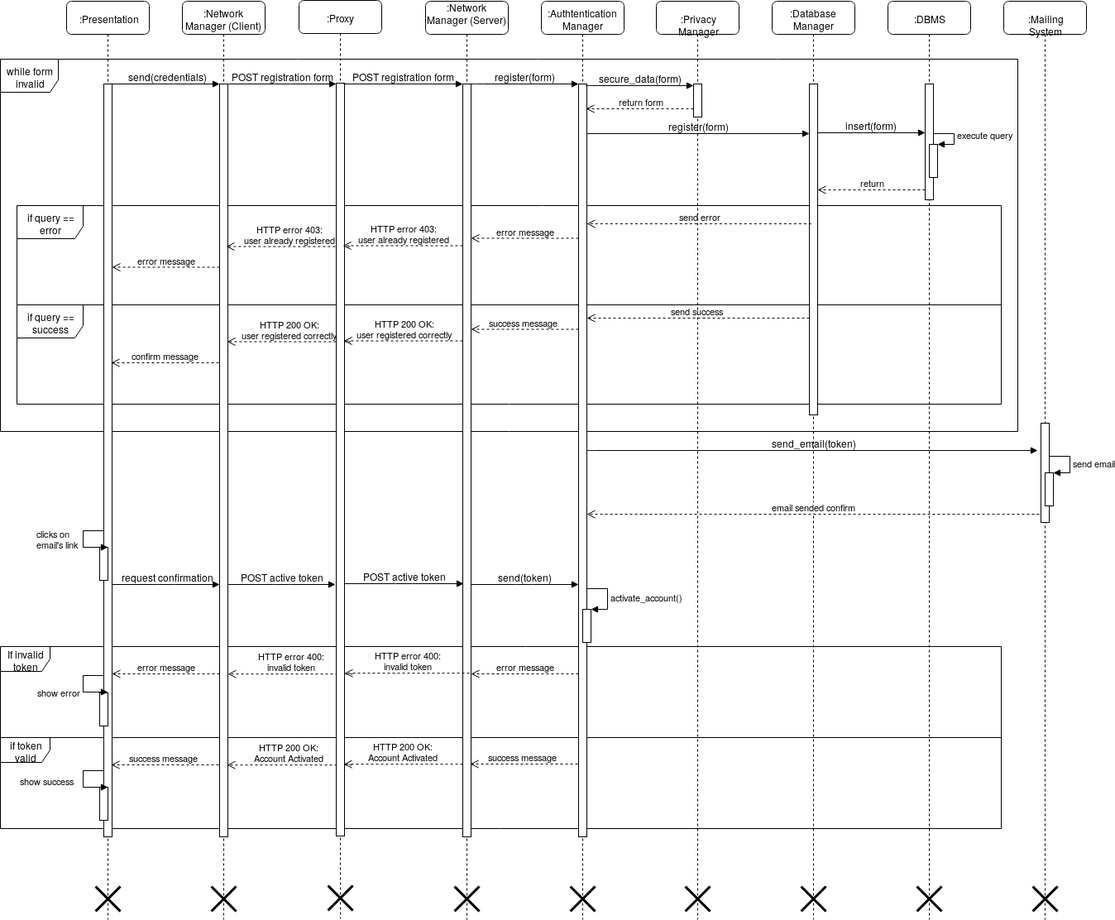
dariomiceli3/SafeStreet keeps this draw.io diagram as DD/img/sequence_diagrams/registration_sequence.png. Above is the earlier version. Source tidied: cells renumbered, new cells last; positions are measured from the earlier drawing's top-left corner, leaving out a move shared by most shapes.
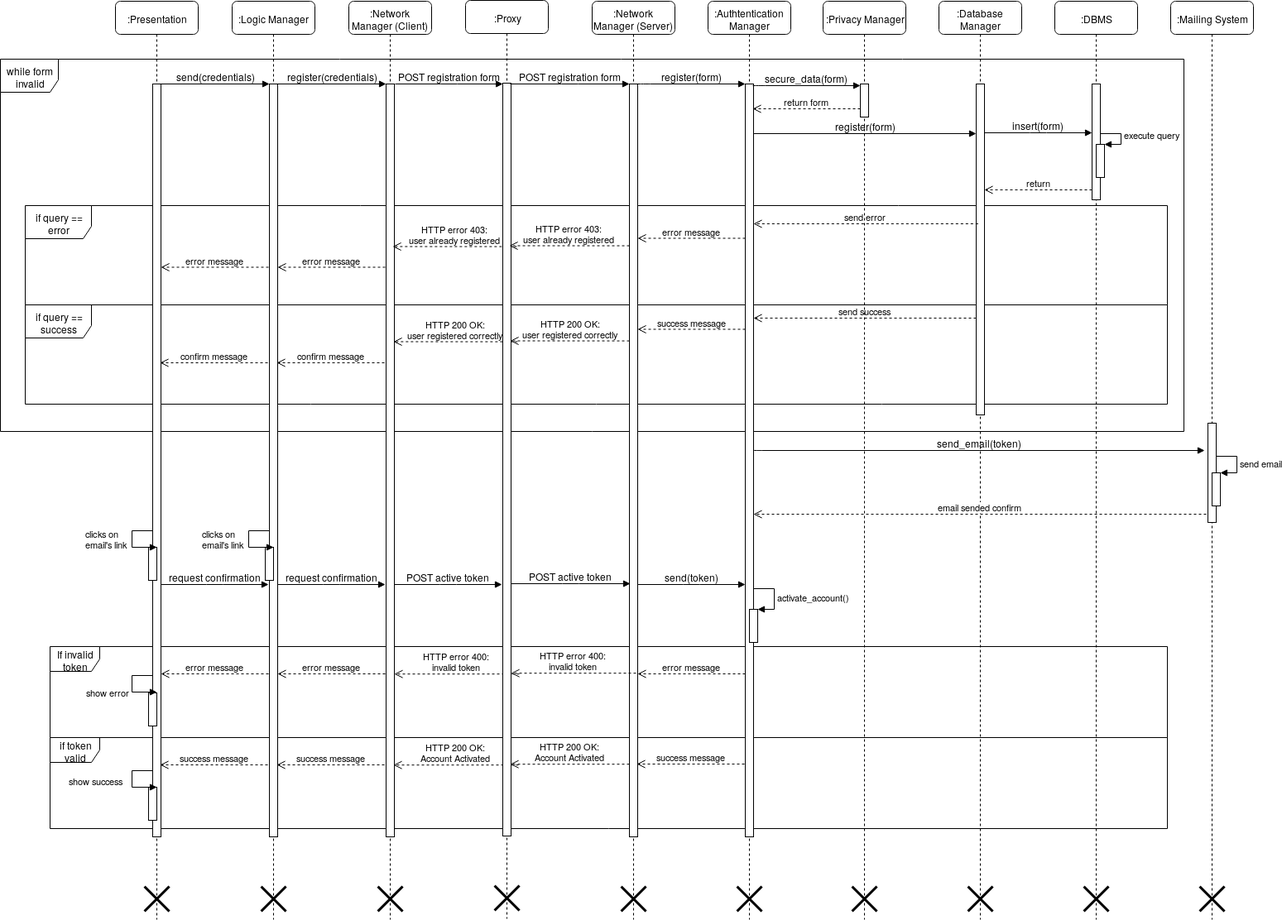
Above is the later version.

The edit, as a diff of the source:
```diff
@@ -3,19 +3,19 @@
     <mxCell id="0" />
     <mxCell id="1" parent="0" />
     <mxCell id="2" value="while form invalid" style="shape=umlFrame;whiteSpace=wrap;html=1;width=70;height=40;fontFamily=Helvetica;" parent="1" vertex="1">
-      <mxGeometry y="71" width="1230" height="450" as="geometry" />
+      <mxGeometry x="-201" y="71" width="1430" height="450" as="geometry" />
     </mxCell>
     <mxCell id="3" value="if query == error" style="shape=umlFrame;whiteSpace=wrap;html=1;width=80;height=40;fontFamily=Helvetica;" parent="1" vertex="1">
-      <mxGeometry x="20" y="248" width="1190" height="120" as="geometry" />
+      <mxGeometry x="-171" y="248" width="1380" height="120" as="geometry" />
     </mxCell>
     <mxCell id="4" value="if query == success" style="shape=umlFrame;whiteSpace=wrap;html=1;width=80;height=40;fontFamily=Helvetica;" parent="1" vertex="1">
-      <mxGeometry x="20" y="368" width="1190" height="120" as="geometry" />
+      <mxGeometry x="-171" y="368" width="1380" height="120" as="geometry" />
     </mxCell>
     <mxCell id="5" value="If invalid token" style="shape=umlFrame;whiteSpace=wrap;html=1;fontFamily=Helvetica;" parent="1" vertex="1">
-      <mxGeometry y="781" width="1210" height="110" as="geometry" />
+      <mxGeometry x="-141" y="781" width="1350" height="110" as="geometry" />
     </mxCell>
     <mxCell id="6" value="if token valid" style="shape=umlFrame;whiteSpace=wrap;html=1;fontFamily=Helvetica;" parent="1" vertex="1">
-      <mxGeometry y="891" width="1210" height="110" as="geometry" />
+      <mxGeometry x="-141" y="891" width="1350" height="110" as="geometry" />
     </mxCell>
     <mxCell id="7" value=":Network Manager (Client)" style="shape=umlLifeline;perimeter=lifelinePerimeter;whiteSpace=wrap;html=1;rounded=1;shadow=0;comic=0;labelBackgroundColor=none;strokeWidth=1;fontFamily=Helvetica;fontSize=12;align=center;" parent="1" vertex="1">
       <mxGeometry x="220" y="1" width="100" height="1110" as="geometry" />
@@ -72,8 +72,8 @@
     <mxCell id="22" style="shape=umlDestroy;whiteSpace=wrap;html=1;strokeWidth=3;fontFamily=Helvetica;" parent="21" vertex="1">
       <mxGeometry x="35" y="1070" width="30" height="30" as="geometry" />
     </mxCell>
-    <mxCell id="23" value="&lt;div&gt;:Presentation&lt;/div&gt;" style="shape=umlLifeline;perimeter=lifelinePerimeter;whiteSpace=wrap;html=1;rounded=1;shadow=0;comic=0;labelBackgroundColor=none;strokeWidth=1;fontFamily=Helvetica;fontSize=12;align=center;" parent="1" vertex="1">
-      <mxGeometry x="80" y="1" width="100" height="1110" as="geometry" />
+    <mxCell id="23" value="&lt;div&gt;:Logic Manager&lt;br&gt;&lt;/div&gt;" style="shape=umlLifeline;perimeter=lifelinePerimeter;whiteSpace=wrap;html=1;rounded=1;shadow=0;comic=0;labelBackgroundColor=none;strokeWidth=1;fontFamily=Helvetica;fontSize=12;align=center;" parent="1" vertex="1">
+      <mxGeometry x="79" y="1" width="100" height="1110" as="geometry" />
     </mxCell>
     <mxCell id="24" style="html=1;points=[];perimeter=orthogonalPerimeter;rounded=0;shadow=0;comic=0;labelBackgroundColor=none;strokeWidth=1;fontFamily=Helvetica;fontSize=12;align=center;" parent="23" vertex="1">
       <mxGeometry x="45" y="100" width="10" height="910" as="geometry" />
@@ -81,18 +81,6 @@
     <mxCell id="25" style="shape=umlDestroy;whiteSpace=wrap;html=1;strokeWidth=3;fontFamily=Helvetica;" parent="23" vertex="1">
       <mxGeometry x="35" y="1070" width="30" height="30" as="geometry" />
     </mxCell>
-    <mxCell id="26" style="html=1;points=[];perimeter=orthogonalPerimeter;fontFamily=Helvetica;" parent="23" vertex="1">
-      <mxGeometry x="40" y="950" width="10" height="40" as="geometry" />
-    </mxCell>
-    <mxCell id="27" value="&lt;div&gt;show success&lt;/div&gt;" style="edgeStyle=orthogonalEdgeStyle;html=1;align=left;spacingLeft=2;endArrow=block;rounded=0;entryX=1;entryY=0;fontFamily=Helvetica;" parent="23" edge="1" target="26">
-      <mxGeometry x="-0.03" y="-80" relative="1" as="geometry">
-        <mxPoint x="45" y="930" as="sourcePoint" />
-        <Array as="points">
-          <mxPoint x="20" y="929.5" />
-          <mxPoint x="20" y="949.5" />
-        </Array>
-      </mxGeometry>
-    </mxCell>
     <mxCell id="28" style="html=1;points=[];perimeter=orthogonalPerimeter;rounded=0;shadow=0;comic=0;labelBackgroundColor=none;strokeWidth=1;fontFamily=Helvetica;fontSize=12;align=center;" parent="1" vertex="1">
       <mxGeometry x="699" y="101" width="10" height="910" as="geometry" />
     </mxCell>
@@ -117,7 +105,7 @@
     <mxCell id="32" style="html=1;points=[];perimeter=orthogonalPerimeter;rounded=0;shadow=0;comic=0;labelBackgroundColor=none;strokeColor=#000000;strokeWidth=1;fillColor=#FFFFFF;fontFamily=Helvetica;fontSize=12;fontColor=#000000;align=center;" parent="1" vertex="1">
       <mxGeometry x="1258" y="511" width="10" height="120" as="geometry" />
     </mxCell>
-    <mxCell id="33" value="send(credentials)" style="html=1;verticalAlign=bottom;endArrow=block;entryX=0;entryY=0;labelBackgroundColor=none;fontFamily=Helvetica;fontSize=12;edgeStyle=elbowEdgeStyle;elbow=vertical;" parent="1" edge="1" source="24" target="8">
+    <mxCell id="33" value="register(credentials)" style="html=1;verticalAlign=bottom;endArrow=block;entryX=0;entryY=0;labelBackgroundColor=none;fontFamily=Helvetica;fontSize=12;edgeStyle=elbowEdgeStyle;elbow=vertical;" parent="1" edge="1" source="24" target="8">
       <mxGeometry relative="1" as="geometry" />
     </mxCell>
     <mxCell id="34" value="&lt;div&gt;POST registration form&lt;/div&gt;" style="html=1;verticalAlign=bottom;endArrow=block;entryX=-0.294;entryY=0.002;labelBackgroundColor=none;fontFamily=Helvetica;fontSize=12;edgeStyle=elbowEdgeStyle;elbow=vertical;entryDx=0;entryDy=0;entryPerimeter=0;" parent="1" edge="1">
@@ -138,8 +126,9 @@
         <mxPoint x="988" y="229" as="targetPoint" />
       </mxGeometry>
     </mxCell>
-    <mxCell id="37" value="send error" style="html=1;verticalAlign=bottom;endArrow=open;dashed=1;endSize=8;exitX=0.807;exitY=0.183;exitDx=0;exitDy=0;exitPerimeter=0;fontFamily=Helvetica;" parent="1" edge="1" source="3">
+    <mxCell id="37" value="send error" style="html=1;verticalAlign=bottom;endArrow=open;dashed=1;endSize=8;exitX=0.807;exitY=0.183;exitDx=0;exitDy=0;exitPerimeter=0;fontFamily=Helvetica;" parent="1" edge="1">
       <mxGeometry relative="1" as="geometry">
+        <mxPoint x="980.3" y="270" as="sourcePoint" />
         <mxPoint x="709" y="270" as="targetPoint" />
       </mxGeometry>
     </mxCell>
@@ -157,8 +146,8 @@
     </mxCell>
     <mxCell id="40" value="error message" style="html=1;verticalAlign=bottom;endArrow=open;dashed=1;endSize=8;fontFamily=Helvetica;" parent="1" edge="1">
       <mxGeometry relative="1" as="geometry">
-        <mxPoint x="265" y="322.5" as="sourcePoint" />
-        <mxPoint x="135" y="322.5" as="targetPoint" />
+        <mxPoint x="264" y="322.5" as="sourcePoint" />
+        <mxPoint x="134" y="322.5" as="targetPoint" />
       </mxGeometry>
     </mxCell>
     <mxCell id="41" value="&lt;div&gt;HTTP 200 OK:&lt;/div&gt;&lt;div&gt;user registered correctly&lt;br&gt;&lt;/div&gt;" style="html=1;verticalAlign=bottom;endArrow=open;dashed=1;endSize=8;exitX=0.392;exitY=0.413;exitDx=0;exitDy=0;exitPerimeter=0;fontFamily=Helvetica;" parent="1" edge="1">
@@ -181,8 +170,8 @@
     </mxCell>
     <mxCell id="44" value="confirm message" style="html=1;verticalAlign=bottom;endArrow=open;dashed=1;endSize=8;fontFamily=Helvetica;" parent="1" edge="1">
       <mxGeometry relative="1" as="geometry">
-        <mxPoint x="264" y="438" as="sourcePoint" />
-        <mxPoint x="134" y="438" as="targetPoint" />
+        <mxPoint x="263" y="438" as="sourcePoint" />
+        <mxPoint x="133" y="438" as="targetPoint" />
       </mxGeometry>
     </mxCell>
     <mxCell id="45" style="html=1;points=[];perimeter=orthogonalPerimeter;fontFamily=Helvetica;" parent="1" vertex="1">
@@ -206,22 +195,22 @@
       <mxGeometry relative="1" as="geometry" />
     </mxCell>
     <mxCell id="49" style="html=1;points=[];perimeter=orthogonalPerimeter;fontFamily=Helvetica;" parent="1" vertex="1">
-      <mxGeometry x="120" y="661" width="10" height="40" as="geometry" />
+      <mxGeometry x="119" y="661" width="10" height="40" as="geometry" />
     </mxCell>
     <mxCell id="50" value="&lt;div&gt;clicks on &lt;br&gt;&lt;/div&gt;&lt;div&gt;email's link&lt;br&gt;&lt;/div&gt;" style="edgeStyle=orthogonalEdgeStyle;html=1;align=left;spacingLeft=2;endArrow=block;rounded=0;entryX=1;entryY=0;fontFamily=Helvetica;" parent="1" edge="1" target="49">
       <mxGeometry x="0.2" y="61" relative="1" as="geometry">
-        <mxPoint x="125" y="641" as="sourcePoint" />
+        <mxPoint x="124" y="641" as="sourcePoint" />
         <Array as="points">
-          <mxPoint x="100" y="640.5" />
-          <mxPoint x="100" y="660.5" />
+          <mxPoint x="99" y="640.5" />
+          <mxPoint x="99" y="660.5" />
         </Array>
         <mxPoint x="-60" y="51" as="offset" />
       </mxGeometry>
     </mxCell>
     <mxCell id="51" value="request confirmation" style="html=1;verticalAlign=bottom;endArrow=block;entryX=0;entryY=0;labelBackgroundColor=none;fontFamily=Helvetica;fontSize=12;edgeStyle=elbowEdgeStyle;elbow=vertical;" parent="1" edge="1">
       <mxGeometry relative="1" as="geometry">
-        <mxPoint x="135" y="706" as="sourcePoint" />
-        <mxPoint x="265" y="706" as="targetPoint" />
+        <mxPoint x="134" y="706" as="sourcePoint" />
+        <mxPoint x="264" y="706" as="targetPoint" />
       </mxGeometry>
     </mxCell>
     <mxCell id="52" value="POST active token" style="html=1;verticalAlign=bottom;endArrow=block;labelBackgroundColor=none;fontFamily=Helvetica;fontSize=12;edgeStyle=elbowEdgeStyle;elbow=vertical;" parent="1" edge="1">
@@ -250,8 +239,8 @@
     </mxCell>
     <mxCell id="56" value="error message" style="html=1;verticalAlign=bottom;endArrow=open;dashed=1;endSize=8;fontFamily=Helvetica;" parent="1" edge="1">
       <mxGeometry relative="1" as="geometry">
-        <mxPoint x="265" y="814" as="sourcePoint" />
-        <mxPoint x="135" y="814" as="targetPoint" />
+        <mxPoint x="264" y="814" as="sourcePoint" />
+        <mxPoint x="134" y="814" as="targetPoint" />
       </mxGeometry>
     </mxCell>
     <mxCell id="57" value="&lt;div&gt;HTTP 200 OK:&lt;/div&gt;&lt;div&gt;Account Activated&lt;br&gt;&lt;/div&gt;" style="html=1;verticalAlign=bottom;endArrow=open;dashed=1;endSize=8;exitX=0.1;exitY=0.809;exitDx=0;exitDy=0;exitPerimeter=0;fontFamily=Helvetica;" parent="1" edge="1">
@@ -268,27 +257,13 @@
     </mxCell>
     <mxCell id="59" value="success message" style="html=1;verticalAlign=bottom;endArrow=open;dashed=1;endSize=8;fontFamily=Helvetica;" parent="1" edge="1">
       <mxGeometry relative="1" as="geometry">
-        <mxPoint x="264" y="924" as="sourcePoint" />
-        <mxPoint x="134" y="924" as="targetPoint" />
+        <mxPoint x="263" y="924" as="sourcePoint" />
+        <mxPoint x="133" y="924" as="targetPoint" />
       </mxGeometry>
     </mxCell>
     <mxCell id="60" style="shape=umlDestroy;whiteSpace=wrap;html=1;strokeWidth=3;fontFamily=Helvetica;" parent="1" vertex="1">
       <mxGeometry x="689" y="1071" width="30" height="30" as="geometry" />
     </mxCell>
-    <mxCell id="61" style="html=1;perimeter=orthogonalPerimeter;fontFamily=Helvetica;" parent="1" vertex="1">
-      <mxGeometry x="120" y="837" width="10" height="40" as="geometry" />
-    </mxCell>
-    <mxCell id="62" value="show error" style="edgeStyle=orthogonalEdgeStyle;html=1;align=left;spacingLeft=2;endArrow=block;rounded=0;entryX=1;entryY=0;fontFamily=Helvetica;" parent="1" edge="1">
-      <mxGeometry x="0.22" y="-60" relative="1" as="geometry">
-        <mxPoint x="125" y="816" as="sourcePoint" />
-        <mxPoint x="130" y="836" as="targetPoint" />
-        <Array as="points">
-          <mxPoint x="100" y="815.5" />
-          <mxPoint x="100" y="835.5" />
-        </Array>
-        <mxPoint x="-60" y="-60" as="offset" />
-      </mxGeometry>
-    </mxCell>
     <mxCell id="63" value=":Proxy" style="shape=umlLifeline;perimeter=lifelinePerimeter;whiteSpace=wrap;html=1;rounded=1;shadow=0;comic=0;labelBackgroundColor=none;strokeWidth=1;fontFamily=Helvetica;fontSize=12;align=center;" parent="1" vertex="1">
       <mxGeometry x="361" width="100" height="1110" as="geometry" />
     </mxCell>
@@ -369,5 +344,88 @@
         </Array>
       </mxGeometry>
     </mxCell>
+    <mxCell id="79" value="&lt;div&gt;:Presentation&lt;/div&gt;" style="shape=umlLifeline;perimeter=lifelinePerimeter;whiteSpace=wrap;html=1;rounded=1;shadow=0;comic=0;labelBackgroundColor=none;strokeWidth=1;fontFamily=Helvetica;fontSize=12;align=center;" parent="1" vertex="1">
+      <mxGeometry x="-62" y="1" width="100" height="1110" as="geometry" />
+    </mxCell>
+    <mxCell id="80" style="html=1;points=[];perimeter=orthogonalPerimeter;rounded=0;shadow=0;comic=0;labelBackgroundColor=none;strokeWidth=1;fontFamily=Helvetica;fontSize=12;align=center;" parent="79" vertex="1">
+      <mxGeometry x="45" y="100" width="10" height="910" as="geometry" />
+    </mxCell>
+    <mxCell id="81" style="shape=umlDestroy;whiteSpace=wrap;html=1;strokeWidth=3;fontFamily=Helvetica;" parent="79" vertex="1">
+      <mxGeometry x="35" y="1070" width="30" height="30" as="geometry" />
+    </mxCell>
+    <mxCell id="26" style="html=1;points=[];perimeter=orthogonalPerimeter;fontFamily=Helvetica;" parent="79" vertex="1">
+      <mxGeometry x="40" y="950" width="10" height="40" as="geometry" />
+    </mxCell>
+    <mxCell id="27" value="&lt;div&gt;show success&lt;/div&gt;" style="edgeStyle=orthogonalEdgeStyle;html=1;align=left;spacingLeft=2;endArrow=block;rounded=0;entryX=1;entryY=0;fontFamily=Helvetica;" parent="79" edge="1" target="26">
+      <mxGeometry x="-0.03" y="-80" relative="1" as="geometry">
+        <mxPoint x="45" y="930" as="sourcePoint" />
+        <Array as="points">
+          <mxPoint x="20" y="929.5" />
+          <mxPoint x="20" y="949.5" />
+        </Array>
+      </mxGeometry>
+    </mxCell>
+    <mxCell id="82" value="send(credentials)" style="html=1;verticalAlign=bottom;endArrow=block;entryX=0;entryY=0;labelBackgroundColor=none;fontFamily=Helvetica;fontSize=12;edgeStyle=elbowEdgeStyle;elbow=vertical;" parent="1" edge="1" source="80">
+      <mxGeometry relative="1" as="geometry">
+        <mxPoint x="124" y="101" as="targetPoint" />
+      </mxGeometry>
+    </mxCell>
+    <mxCell id="83" value="error message" style="html=1;verticalAlign=bottom;endArrow=open;dashed=1;endSize=8;fontFamily=Helvetica;" parent="1" edge="1">
+      <mxGeometry relative="1" as="geometry">
+        <mxPoint x="123" y="322.5" as="sourcePoint" />
+        <mxPoint x="-7" y="322.5" as="targetPoint" />
+      </mxGeometry>
+    </mxCell>
+    <mxCell id="84" value="confirm message" style="html=1;verticalAlign=bottom;endArrow=open;dashed=1;endSize=8;fontFamily=Helvetica;" parent="1" edge="1">
+      <mxGeometry relative="1" as="geometry">
+        <mxPoint x="122" y="438" as="sourcePoint" />
+        <mxPoint x="-8" y="438" as="targetPoint" />
+      </mxGeometry>
+    </mxCell>
+    <mxCell id="85" style="html=1;points=[];perimeter=orthogonalPerimeter;fontFamily=Helvetica;" parent="1" vertex="1">
+      <mxGeometry x="-22" y="661" width="10" height="40" as="geometry" />
+    </mxCell>
+    <mxCell id="86" value="&lt;div&gt;clicks on &lt;br&gt;&lt;/div&gt;&lt;div&gt;email's link&lt;br&gt;&lt;/div&gt;" style="edgeStyle=orthogonalEdgeStyle;html=1;align=left;spacingLeft=2;endArrow=block;rounded=0;entryX=1;entryY=0;fontFamily=Helvetica;" parent="1" edge="1" target="85">
+      <mxGeometry x="0.2" y="61" relative="1" as="geometry">
+        <mxPoint x="-17" y="641" as="sourcePoint" />
+        <Array as="points">
+          <mxPoint x="-42" y="640.5" />
+          <mxPoint x="-42" y="660.5" />
+        </Array>
+        <mxPoint x="-60" y="51" as="offset" />
+      </mxGeometry>
+    </mxCell>
+    <mxCell id="87" value="request confirmation" style="html=1;verticalAlign=bottom;endArrow=block;entryX=0;entryY=0;labelBackgroundColor=none;fontFamily=Helvetica;fontSize=12;edgeStyle=elbowEdgeStyle;elbow=vertical;" parent="1" edge="1">
+      <mxGeometry relative="1" as="geometry">
+        <mxPoint x="-7" y="706" as="sourcePoint" />
+        <mxPoint x="123" y="706" as="targetPoint" />
+      </mxGeometry>
+    </mxCell>
+    <mxCell id="88" value="error message" style="html=1;verticalAlign=bottom;endArrow=open;dashed=1;endSize=8;fontFamily=Helvetica;" parent="1" edge="1">
+      <mxGeometry relative="1" as="geometry">
+        <mxPoint x="123" y="814" as="sourcePoint" />
+        <mxPoint x="-7" y="814" as="targetPoint" />
+      </mxGeometry>
+    </mxCell>
+    <mxCell id="89" value="success message" style="html=1;verticalAlign=bottom;endArrow=open;dashed=1;endSize=8;fontFamily=Helvetica;" parent="1" edge="1">
+      <mxGeometry relative="1" as="geometry">
+        <mxPoint x="122" y="924" as="sourcePoint" />
+        <mxPoint x="-8" y="924" as="targetPoint" />
+      </mxGeometry>
+    </mxCell>
+    <mxCell id="90" style="html=1;perimeter=orthogonalPerimeter;fontFamily=Helvetica;" parent="1" vertex="1">
+      <mxGeometry x="-22" y="837" width="10" height="40" as="geometry" />
+    </mxCell>
+    <mxCell id="62" value="show error" style="edgeStyle=orthogonalEdgeStyle;html=1;align=left;spacingLeft=2;endArrow=block;rounded=0;entryX=1;entryY=0;fontFamily=Helvetica;" parent="1" edge="1">
+      <mxGeometry x="0.22" y="-60" relative="1" as="geometry">
+        <mxPoint x="-17" y="816" as="sourcePoint" />
+        <mxPoint x="-12" y="836" as="targetPoint" />
+        <Array as="points">
+          <mxPoint x="-42" y="815.5" />
+          <mxPoint x="-42" y="835.5" />
+        </Array>
+        <mxPoint x="-60" y="-60" as="offset" />
+      </mxGeometry>
+    </mxCell>
   </root>
 </mxGraphModel>
```
